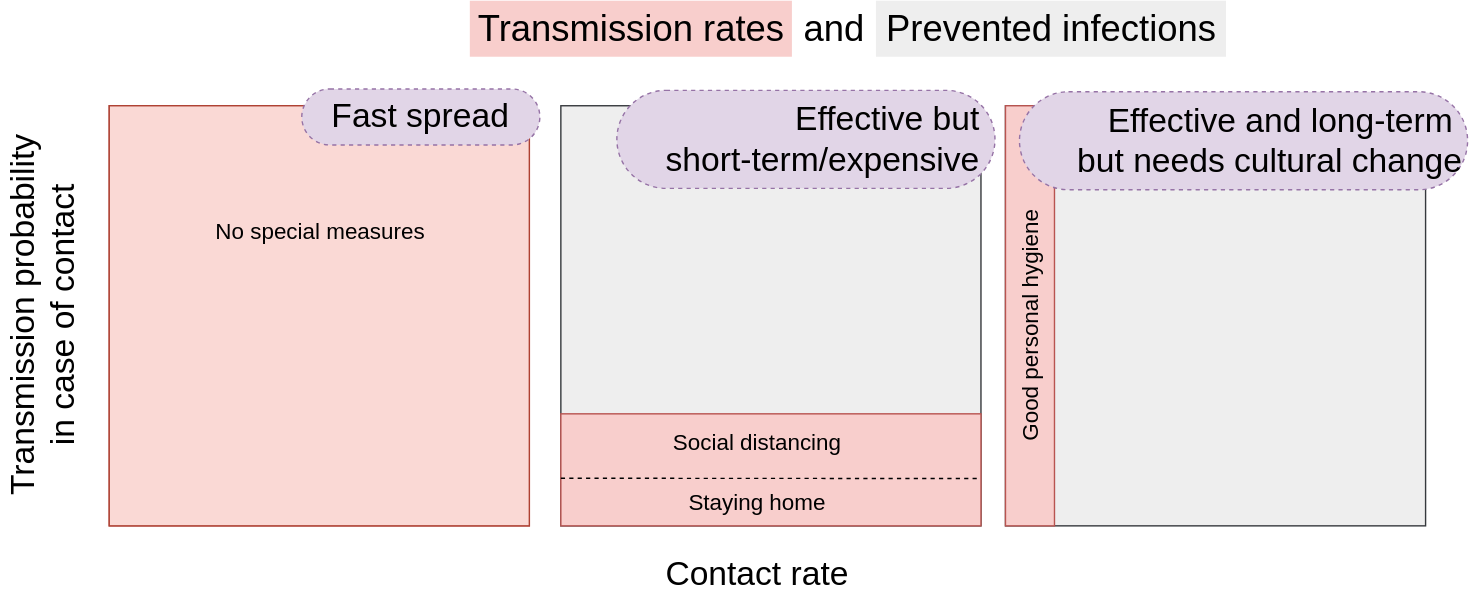
pesho-ivanov/pesho-ivanov.github.io keeps this draw.io diagram as sneeze/measures.svg. Above is the earlier version. Source tidied: cells renumbered, new cells last; positions are measured from the earlier drawing's top-left corner, leaving out a move shared by most shapes.
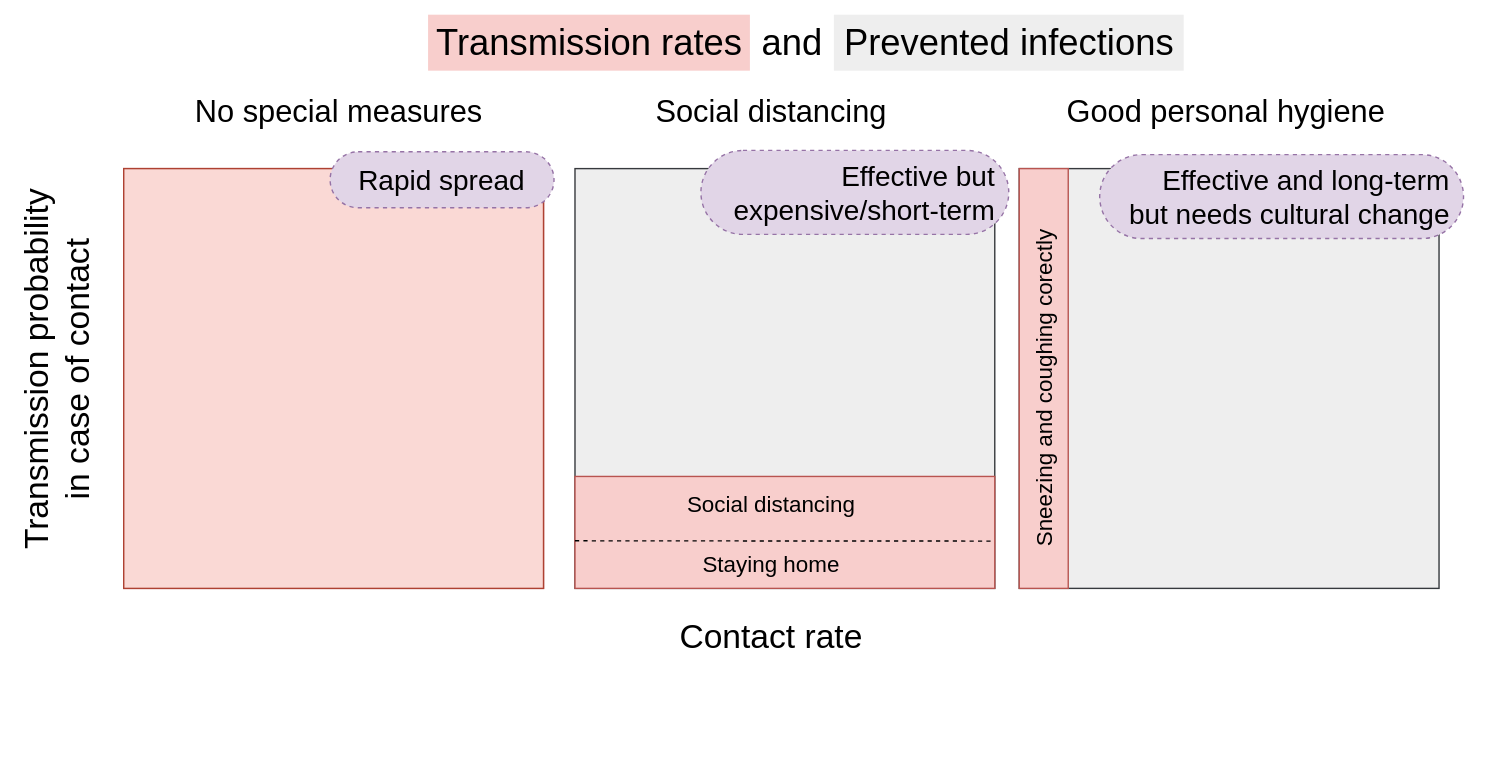
After the commit.

Diff of the diagram source:
```diff
@@ -3,64 +3,82 @@
     <mxCell id="0" />
     <mxCell id="1" parent="0" />
     <mxCell id="2" value="&lt;font style=&quot;font-size: 24px&quot;&gt;Transmission probability&lt;br&gt;in case of contact&lt;/font&gt;" style="text;html=1;align=center;verticalAlign=middle;fillColor=none;strokeColor=none;rounded=0;rotation=270;horizontal=1;fontSize=24;" parent="1" vertex="1">
-      <mxGeometry y="195" width="270" height="60" as="geometry" />
+      <mxGeometry y="189" width="270" height="60" as="geometry" />
     </mxCell>
-    <mxCell id="3" style="group;rotation=90;fillColor=#f8cecc;strokeColor=#b85450;" parent="1" vertex="1">
-      <mxGeometry x="182.5" y="75" width="300" height="300" as="geometry" />
-    </mxCell>
-    <mxCell id="4" style="rounded=0;whiteSpace=wrap;html=1;fillColor=#fad9d5;strokeColor=#ae4132;rotation=90;" parent="3" vertex="1">
-      <mxGeometry width="300" height="300" as="geometry" />
-    </mxCell>
-    <mxCell id="5" value="&lt;font style=&quot;font-size: 16px&quot;&gt;No special measures&lt;/font&gt;" style="text;html=1;align=center;verticalAlign=middle;fillColor=none;strokeColor=none;rounded=0;" parent="3" vertex="1">
-      <mxGeometry x="70" y="80" width="160" height="20" as="geometry" />
-    </mxCell>
     <mxCell id="6" value="Contact rate" style="text;html=1;align=center;verticalAlign=middle;fillColor=none;strokeColor=none;rounded=0;fontSize=24;" parent="1" vertex="1">
       <mxGeometry x="570" y="395" width="150" height="30" as="geometry" />
     </mxCell>
-    <mxCell id="7" value="Fast spread" style="whiteSpace=wrap;html=1;rounded=1;arcSize=50;align=center;verticalAlign=middle;strokeWidth=1;spacing=4;dashed=1;fillColor=#e1d5e7;fontSize=24;strokeColor=#9673a6;" parent="1" vertex="1">
-      <mxGeometry x="320" y="63" width="170" height="40" as="geometry" />
-    </mxCell>
+    <mxCell id="21" style="group;" parent="1" vertex="1">
+      <mxGeometry x="400" y="-35" width="540" height="40" as="geometry" />
+    </mxCell>
-    <mxCell id="8" value="&lt;font style=&quot;font-size: 26px&quot;&gt;Transmission rates&lt;/font&gt;" style="text;html=1;align=center;verticalAlign=middle;fillColor=#f8cecc;strokeColor=none;rounded=0;fontSize=26;" parent="1" vertex="1">
-      <mxGeometry x="440" width="230" height="40" as="geometry" />
+    <mxCell id="8" value="&lt;font style=&quot;font-size: 26px&quot;&gt;Transmission rates&lt;/font&gt;" style="text;html=1;align=center;verticalAlign=middle;fillColor=#f8cecc;strokeColor=none;rounded=0;fontSize=26;" parent="21" vertex="1">
+      <mxGeometry width="230" height="40" as="geometry" />
     </mxCell>
-    <mxCell id="9" value="&lt;font style=&quot;font-size: 26px&quot;&gt;Prevented infections&lt;/font&gt;" style="text;html=1;align=center;verticalAlign=middle;fillColor=#eeeeee;strokeColor=none;rounded=0;fontSize=26;" parent="1" vertex="1">
-      <mxGeometry x="730" width="250" height="40" as="geometry" />
+    <mxCell id="9" value="&lt;font style=&quot;font-size: 26px&quot;&gt;Prevented infections&lt;/font&gt;" style="text;html=1;align=center;verticalAlign=middle;fillColor=#eeeeee;strokeColor=none;rounded=0;fontSize=26;" parent="21" vertex="1">
+      <mxGeometry x="290" width="250" height="40" as="geometry" />
     </mxCell>
-    <mxCell id="10" value="&lt;font style=&quot;font-size: 26px&quot;&gt;and&lt;/font&gt;" style="text;html=1;align=center;verticalAlign=middle;fillColor=none;strokeColor=none;rounded=0;fontSize=26;" parent="1" vertex="1">
-      <mxGeometry x="670" width="60" height="40" as="geometry" />
+    <mxCell id="10" value="&lt;font style=&quot;font-size: 26px&quot;&gt;and&lt;/font&gt;" style="text;html=1;align=center;verticalAlign=middle;fillColor=none;strokeColor=none;rounded=0;fontSize=26;" parent="21" vertex="1">
+      <mxGeometry x="230" width="60" height="40" as="geometry" />
     </mxCell>
+    <mxCell id="22" style="group;" parent="1" vertex="1">
+      <mxGeometry x="690" y="65" width="462.5" height="310" as="geometry" />
+    </mxCell>
+    <mxCell id="17" style="rounded=0;whiteSpace=wrap;html=1;fillColor=#eeeeee;strokeColor=#36393d;rotation=90;" parent="22" vertex="1">
+      <mxGeometry x="132.5" y="10" width="300" height="300" as="geometry" />
+    </mxCell>
+    <mxCell id="18" style="rounded=0;whiteSpace=wrap;html=1;fillColor=#f8cecc;strokeColor=#b85450;rotation=90;" parent="22" vertex="1">
+      <mxGeometry y="142.5" width="300" height="35" as="geometry" />
+    </mxCell>
+    <mxCell id="19" value="Sneezing and coughing corectly" style="text;html=1;align=center;verticalAlign=middle;fillColor=none;strokeColor=none;rounded=0;rotation=-90;fontSize=16;" parent="22" vertex="1">
+      <mxGeometry x="30" y="157.5" width="240" height="20" as="geometry" />
+    </mxCell>
+    <mxCell id="20" value="Effective and long-term&amp;nbsp;&lt;br style=&quot;font-size: 20px&quot;&gt;but needs cultural change&amp;nbsp;" style="whiteSpace=wrap;html=1;rounded=1;arcSize=50;align=right;verticalAlign=middle;strokeWidth=1;spacing=4;dashed=1;fillColor=#e1d5e7;fontSize=20;strokeColor=#9673a6;" parent="22" vertex="1">
+      <mxGeometry x="190" width="260" height="60" as="geometry" />
+    </mxCell>
+    <mxCell id="23" style="group;" parent="1" vertex="1">
+      <mxGeometry x="505" y="64" width="310" height="421" as="geometry" />
+    </mxCell>
-    <mxCell id="11" style="rounded=0;whiteSpace=wrap;html=1;fillColor=#eeeeee;strokeColor=#36393d;rotation=-90;" parent="1" vertex="1">
-      <mxGeometry x="505" y="75" width="300" height="300" as="geometry" />
+    <mxCell id="11" style="rounded=0;whiteSpace=wrap;html=1;fillColor=#eeeeee;strokeColor=#36393d;rotation=-90;" parent="23" vertex="1">
+      <mxGeometry y="11" width="300" height="300" as="geometry" />
     </mxCell>
-    <mxCell id="12" style="rounded=0;whiteSpace=wrap;html=1;fillColor=#f8cecc;strokeColor=#b85450;rotation=-90;" parent="1" vertex="1">
-      <mxGeometry x="615" y="185" width="80" height="300" as="geometry" />
+    <mxCell id="12" style="rounded=0;whiteSpace=wrap;html=1;fillColor=#f8cecc;strokeColor=#b85450;rotation=-90;" parent="23" vertex="1">
+      <mxGeometry x="110" y="121" width="80" height="300" as="geometry" />
     </mxCell>
-    <mxCell id="13" value="&lt;font style=&quot;font-size: 16px&quot;&gt;Staying home&lt;/font&gt;" style="text;html=1;align=center;verticalAlign=middle;fillColor=none;strokeColor=none;rounded=0;fontSize=16;" parent="1" vertex="1">
-      <mxGeometry x="590" y="347.5" width="110" height="20" as="geometry" />
+    <mxCell id="13" value="&lt;font style=&quot;font-size: 16px&quot;&gt;Staying home&lt;/font&gt;" style="text;html=1;align=center;verticalAlign=middle;fillColor=none;strokeColor=none;rounded=0;fontSize=16;" parent="23" vertex="1">
+      <mxGeometry x="85" y="283.5" width="110" height="20" as="geometry" />
     </mxCell>
-    <mxCell id="14" value="&lt;font style=&quot;font-size: 16px&quot;&gt;Social distancing&lt;/font&gt;" style="text;html=1;align=center;verticalAlign=middle;fillColor=none;strokeColor=none;rounded=0;fontSize=16;" parent="1" vertex="1">
-      <mxGeometry x="575" y="305" width="140" height="20" as="geometry" />
+    <mxCell id="14" value="&lt;font style=&quot;font-size: 16px&quot;&gt;Social distancing&lt;/font&gt;" style="text;html=1;align=center;verticalAlign=middle;fillColor=none;strokeColor=none;rounded=0;fontSize=16;" parent="23" vertex="1">
+      <mxGeometry x="70" y="241" width="140" height="20" as="geometry" />
     </mxCell>
-    <mxCell id="15" style="endArrow=none;dashed=1;html=1;fontSize=24;entryX=0.415;entryY=0.996;entryDx=0;entryDy=0;entryPerimeter=0;" parent="1" edge="1">
+    <mxCell id="15" style="endArrow=none;dashed=1;html=1;fontSize=24;entryX=0.415;entryY=0.996;entryDx=0;entryDy=0;entryPerimeter=0;" parent="23" edge="1">
       <mxGeometry relative="1" as="geometry">
-        <mxPoint x="505" y="341" as="sourcePoint" />
-        <mxPoint x="803.8" y="341.2" as="targetPoint" />
+        <mxPoint y="277" as="sourcePoint" />
+        <mxPoint x="298.8" y="277.2" as="targetPoint" />
       </mxGeometry>
     </mxCell>
-    <mxCell id="16" value="Effective but&amp;nbsp;&lt;br&gt;short-term/expensive&amp;nbsp;" style="whiteSpace=wrap;html=1;rounded=1;arcSize=50;align=right;verticalAlign=middle;strokeWidth=1;spacing=4;dashed=1;fillColor=#e1d5e7;fontSize=24;strokeColor=#9673a6;" parent="1" vertex="1">
-      <mxGeometry x="545" y="64" width="270" height="70" as="geometry" />
+    <mxCell id="16" value="&lt;font style=&quot;font-size: 20px&quot;&gt;Effective but&amp;nbsp;&lt;br style=&quot;font-size: 20px&quot;&gt;expensive/short-term&amp;nbsp;&lt;br&gt;&lt;/font&gt;" style="whiteSpace=wrap;html=1;rounded=1;arcSize=50;align=right;verticalAlign=middle;strokeWidth=1;spacing=4;dashed=1;fillColor=#e1d5e7;fontSize=20;strokeColor=#9673a6;" parent="23" vertex="1">
+      <mxGeometry x="90" y="-2" width="220" height="60" as="geometry" />
     </mxCell>
-    <mxCell id="17" style="rounded=0;whiteSpace=wrap;html=1;fillColor=#eeeeee;strokeColor=#36393d;rotation=90;" parent="1" vertex="1">
-      <mxGeometry x="822.5" y="75" width="300" height="300" as="geometry" />
-    </mxCell>
-    <mxCell id="18" style="rounded=0;whiteSpace=wrap;html=1;fillColor=#f8cecc;strokeColor=#b85450;rotation=90;" parent="1" vertex="1">
-      <mxGeometry x="690" y="207.5" width="300" height="35" as="geometry" />
-    </mxCell>
-    <mxCell id="19" value="&lt;font style=&quot;font-size: 16px&quot;&gt;Good personal hygiene&lt;/font&gt;" style="text;html=1;align=center;verticalAlign=middle;fillColor=none;strokeColor=none;rounded=0;rotation=-90;fontSize=16;" parent="1" vertex="1">
-      <mxGeometry x="750" y="222.5" width="180" height="20" as="geometry" />
-    </mxCell>
-    <mxCell id="20" value="Effective and long-term&amp;nbsp;&lt;br&gt;but needs cultural change" style="whiteSpace=wrap;html=1;rounded=1;arcSize=50;align=right;verticalAlign=middle;strokeWidth=1;spacing=4;dashed=1;fillColor=#e1d5e7;fontSize=24;strokeColor=#9673a6;" parent="1" vertex="1">
-      <mxGeometry x="832.5" y="65" width="320" height="70" as="geometry" />
-    </mxCell>
+    <mxCell id="24" style="group;" parent="1" vertex="1">
+      <mxGeometry x="182.5" y="63" width="307.5" height="312" as="geometry" />
+    </mxCell>
+    <mxCell id="3" style="group;rotation=90;fillColor=#f8cecc;strokeColor=#b85450;" parent="24" vertex="1">
+      <mxGeometry y="12" width="300" height="300" as="geometry" />
+    </mxCell>
+    <mxCell id="4" style="rounded=0;whiteSpace=wrap;html=1;fillColor=#fad9d5;strokeColor=#ae4132;rotation=90;" parent="3" vertex="1">
+      <mxGeometry width="300" height="300" as="geometry" />
+    </mxCell>
+    <mxCell id="7" value="&lt;font style=&quot;font-size: 20px&quot;&gt;Rapid spread&lt;/font&gt;" style="whiteSpace=wrap;html=1;rounded=1;arcSize=50;align=center;verticalAlign=middle;strokeWidth=1;spacing=4;dashed=1;fillColor=#e1d5e7;fontSize=20;strokeColor=#9673a6;" parent="24" vertex="1">
+      <mxGeometry x="147.5" width="160" height="40" as="geometry" />
+    </mxCell>
+    <mxCell id="25" value="&lt;font style=&quot;font-size: 22px;&quot;&gt;Social distancing&lt;/font&gt;" style="text;html=1;align=center;verticalAlign=middle;fillColor=none;strokeColor=none;rounded=0;fontSize=22;" parent="1" vertex="1">
+      <mxGeometry x="555" y="20" width="180" height="30" as="geometry" />
+    </mxCell>
+    <mxCell id="5" value="&lt;font style=&quot;font-size: 22px&quot;&gt;No special measures&lt;br&gt;&lt;/font&gt;" style="text;html=1;align=center;verticalAlign=middle;fillColor=none;strokeColor=none;rounded=0;fontSize=22;" parent="1" vertex="1">
+      <mxGeometry x="226.2" y="20" width="220" height="30" as="geometry" />
+    </mxCell>
+    <mxCell id="26" value="&lt;font style=&quot;font-size: 22px&quot;&gt;Good personal hygiene&lt;br&gt;&lt;/font&gt;" style="text;html=1;align=center;verticalAlign=middle;fillColor=none;strokeColor=none;rounded=0;fontSize=22;" parent="1" vertex="1">
+      <mxGeometry x="850" y="20" width="240" height="30" as="geometry" />
+    </mxCell>
   </root>
 </mxGraphModel>
```
